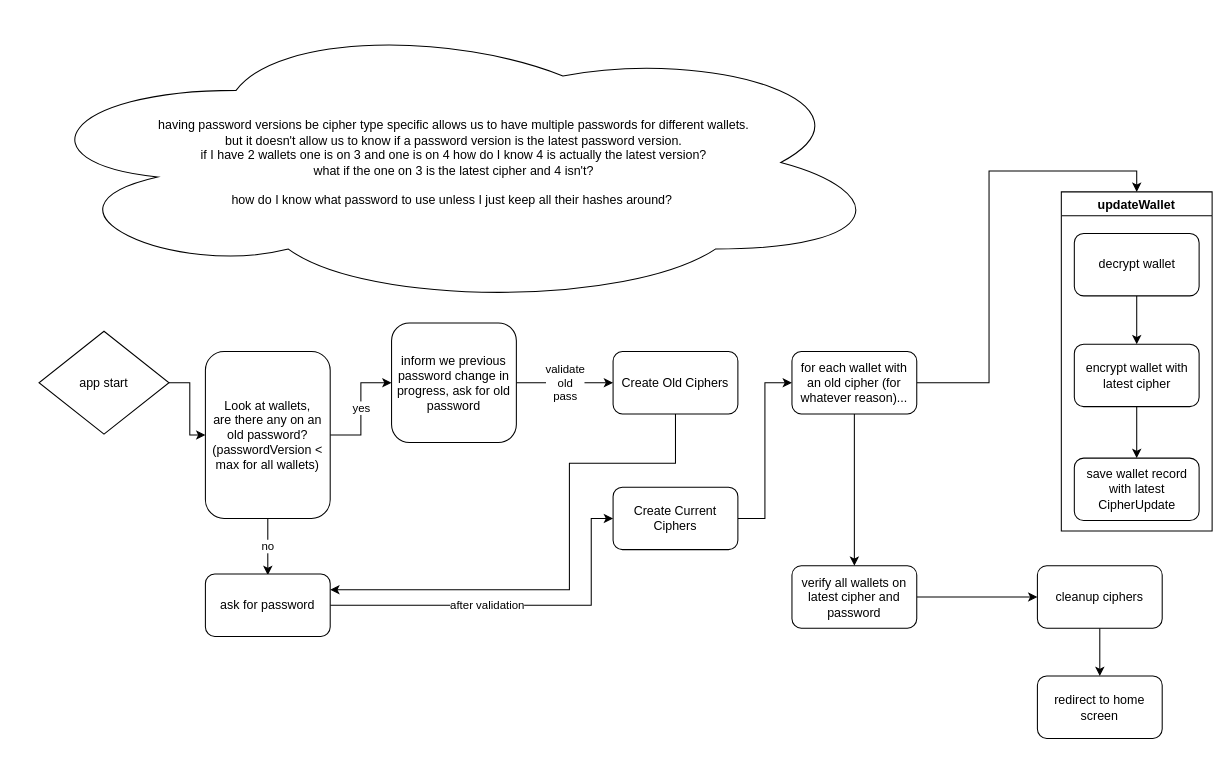
Before: raven_back/docs/diagrams/password login process.drawio in moontreeapp/moontree, a draw.io diagram. Source tidied: cells renumbered, new cells numbered last; positions are measured from the earlier drawing's top-left corner, leaving out a move shared by most shapes. Both pictures are drawn from the tidied source at 104%, with x=0, y=0 at pixel (18, 18).
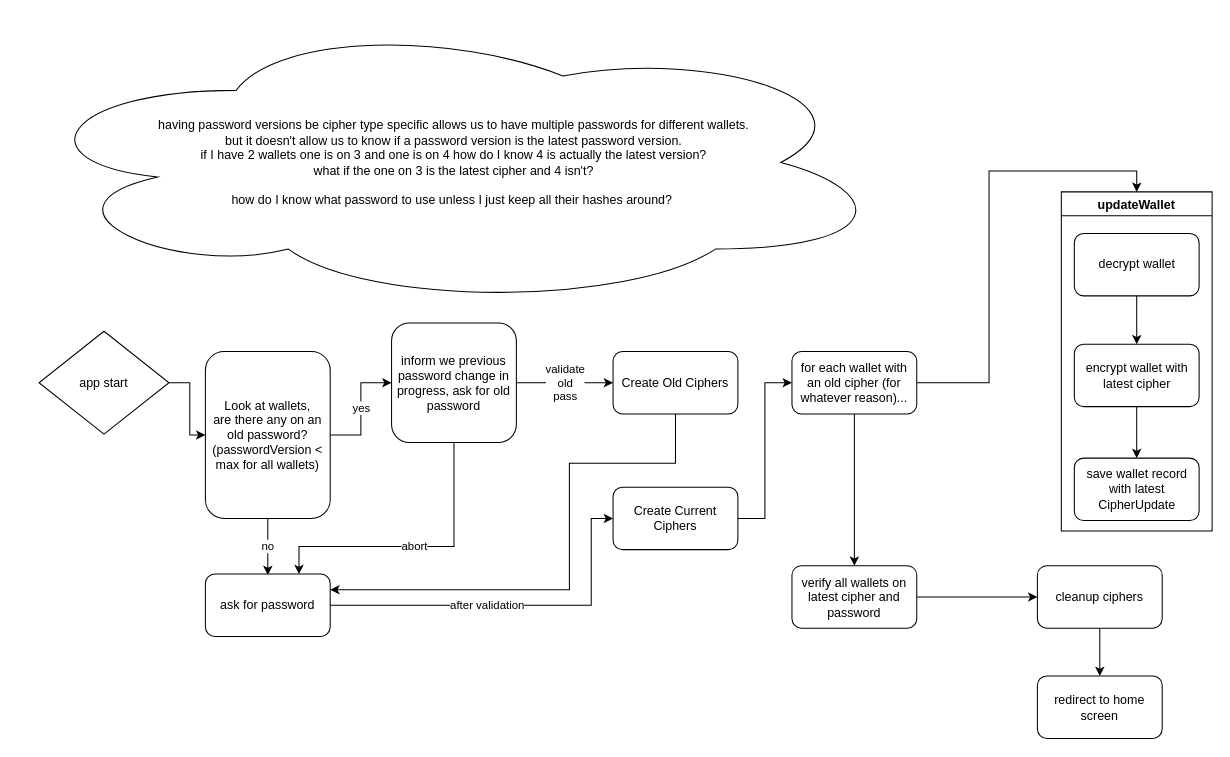
After the change.

Commit message:
allow them to abort

Unchanged cells that the change refers to:
```xml
<mxCell id="8" value="inform we previous password change in progress, ask for old password" style="rounded=1;whiteSpace=wrap;html=1;" parent="1" vertex="1">
  <mxGeometry x="359" y="293" width="120" height="115" as="geometry" />
</mxCell>
<mxCell id="12" value="ask for password" style="rounded=1;whiteSpace=wrap;html=1;" parent="1" vertex="1">
  <mxGeometry x="180" y="534.5" width="120" height="60" as="geometry" />
</mxCell>
```

Diff of the diagram source:
```diff
@@
+    <mxCell id="30" value="abort" style="edgeStyle=orthogonalEdgeStyle;rounded=0;jettySize=auto;html=1;entryX=0.75;entryY=0;entryDx=0;entryDy=0;" parent="1" edge="1" source="8" target="12">
+      <mxGeometry relative="1" as="geometry">
+        <Array as="points">
+          <mxPoint x="419" y="508" />
+          <mxPoint x="270" y="508" />
+        </Array>
+      </mxGeometry>
+    </mxCell>
```
